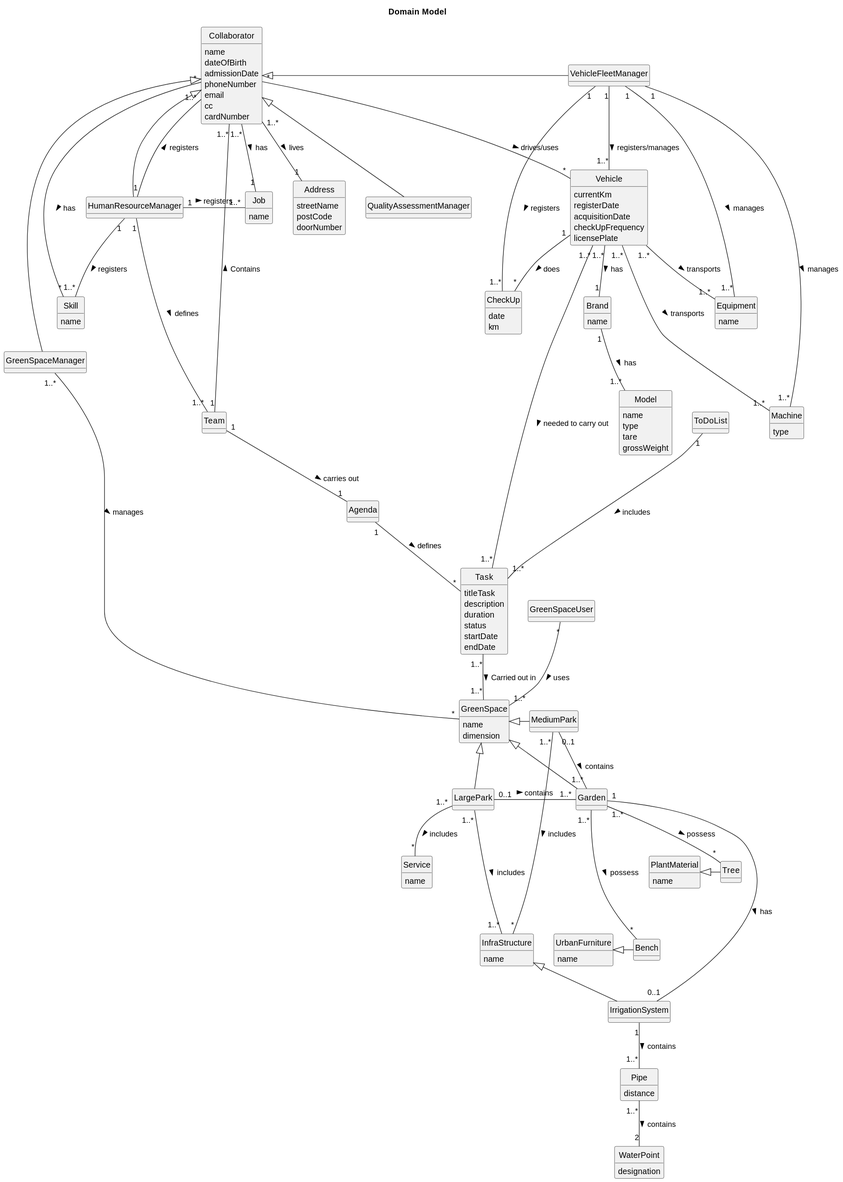
The PlantUML diagram docs/sprint2/global-artifacts/02.analysis/svg/project-domain-model.svg in Departamento-de-Engenharia-Informatica/lei-24-s2-1db-g022, before a commit.
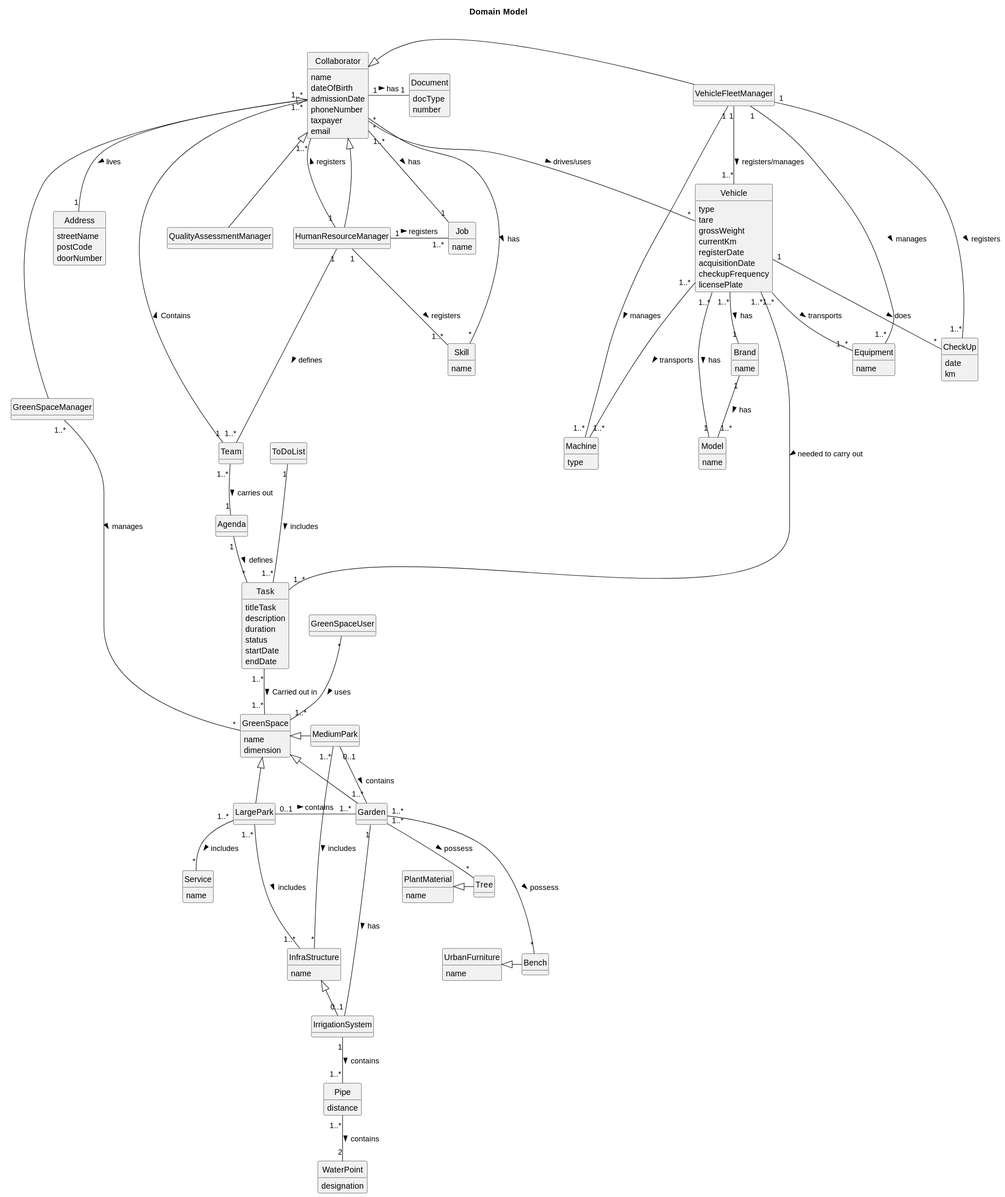
Above is the later version.

Diff of the diagram source:
```diff
@@ -14,10 +14,13 @@
     dateOfBirth
     admissionDate
     phoneNumber
+    taxpayer
     email
-    cc
-    cardNumber
+}
 
+class Document{
+    docType
+    number
 }
 
 class Address {
@@ -56,6 +59,9 @@
 }
 
 class Vehicle{
+    type
+    tare
+    grossWeight
     currentKm
     registerDate
     acquisitionDate
@@ -69,9 +75,6 @@
 
 class Model{
     name
-    type
-    tare
-    grossWeight
 }
 
 
@@ -146,6 +149,7 @@
 Vehicle "1..*" - "1..*" Task :  needed to carry out >
 Vehicle "1..*" --- "1..*" Machine :  transports >
 Vehicle "1..*" -- "1..*" Equipment :  transports >
+Vehicle "1..*" -- "1" Model :  has >
 
 ToDoList "1" --- "1..*" Task : includes >
 
@@ -194,7 +198,7 @@
 Collaborator "*" -- "*" Vehicle : drives/uses >
 Collaborator "1..*" ---- "1" Team : Contains <
 
-Team "1" -- "1" Agenda : carries out >
+Team "1..*" -- "1" Agenda : carries out >
 
 Agenda "1" -- "*" Task : defines >
 
@@ -209,4 +213,6 @@
 
 GreenSpaceManager "1..*" -- "*" GreenSpace :  manages >
 GreenSpaceUser "*" -- "1..*" GreenSpace :  uses >
+
+Collaborator "1" - "1" Document : has >
 @enduml
```
